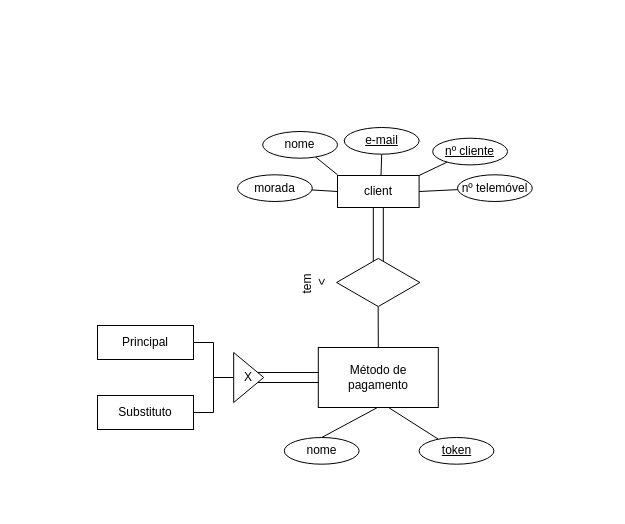
Before: Diagrama sem nome.drawio in SamuelGoncalves8/Bd-project, a draw.io diagram. Source tidied: cells renumbered, new cells numbered last; positions are measured from the earlier drawing's top-left corner, leaving out a move shared by most shapes. Both pictures are drawn from the tidied source at 100%, with x=0, y=0 at pixel (97, 127).
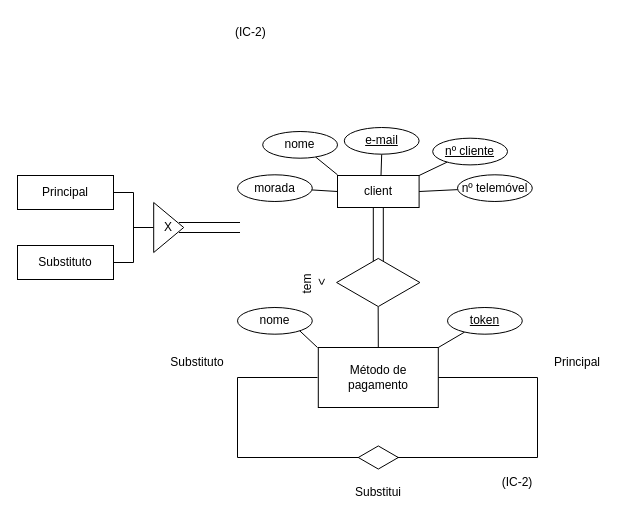
The same page after the edit.

The change refers to these unchanged cells:
```xml
<mxCell id="16" value="Método de pagamento" style="rounded=0;whiteSpace=wrap;html=1;" parent="1" vertex="1">
  <mxGeometry x="220.8" y="220" width="120" height="60" as="geometry" />
</mxCell>
```

The edit, as a diff of the source:
```diff
@@
-    <mxCell id="18" style="endArrow=none;html=1;rounded=0;exitX=0.589;exitY=1.005;exitDx=0;exitDy=0;exitPerimeter=0;" parent="1" edge="1" source="16" target="19">
-      <mxGeometry relative="1" as="geometry" />
+    <mxCell id="18" style="endArrow=none;html=1;rounded=0;exitX=1;exitY=0;exitDx=0;exitDy=0;" parent="1" edge="1" source="16" target="19">
+      <mxGeometry relative="1" as="geometry">
+        <Array as="points">
+          <mxPoint x="340" y="220" />
+        </Array>
+      </mxGeometry>
     </mxCell>
     <mxCell id="19" value="token" style="ellipse;whiteSpace=wrap;html=1;fontStyle=4;" parent="1" vertex="1">
-      <mxGeometry x="321.6" y="310" width="74.8" height="26.7" as="geometry" />
+      <mxGeometry x="350" y="180" width="74.8" height="26.7" as="geometry" />
     </mxCell>
-    <mxCell id="20" style="endArrow=none;html=1;rounded=0;exitX=0.442;exitY=1.005;exitDx=0;exitDy=0;exitPerimeter=0;entryX=0.5;entryY=0;entryDx=0;entryDy=0;" parent="1" edge="1" target="21">
+    <mxCell id="20" style="endArrow=none;html=1;rounded=0;entryX=0.5;entryY=0;entryDx=0;entryDy=0;" parent="1" edge="1" target="21">
       <mxGeometry relative="1" as="geometry">
-        <mxPoint x="295.4" y="280" as="sourcePoint" />
+        <mxPoint x="220" y="220" as="sourcePoint" />
         <Array as="points">
-          <mxPoint x="280" y="280" />
+          <mxPoint x="220" y="220" />
         </Array>
       </mxGeometry>
     </mxCell>
     <mxCell id="21" value="nome" style="ellipse;whiteSpace=wrap;html=1;" parent="1" vertex="1">
-      <mxGeometry x="186.8" y="310" width="74.8" height="26.7" as="geometry" />
+      <mxGeometry x="140" y="180" width="74.8" height="26.7" as="geometry" />
     </mxCell>
     <mxCell id="22" style="shape=partialRectangle;whiteSpace=wrap;html=1;top=0;bottom=0;fillColor=none;rotation=90;" parent="1" vertex="1">
-      <mxGeometry x="185.8" y="220" width="10" height="60" as="geometry" />
+      <mxGeometry x="107" y="70" width="10" height="60" as="geometry" />
     </mxCell>
     <mxCell id="23" value="X" style="triangle;whiteSpace=wrap;html=1;" parent="1" vertex="1">
-      <mxGeometry x="136.2" y="225" width="30" height="50" as="geometry" />
+      <mxGeometry x="56.2" y="75" width="30" height="50" as="geometry" />
     </mxCell>
     <mxCell id="24" style="strokeWidth=1;html=1;shape=mxgraph.flowchart.annotation_2;align=left;labelPosition=right;rotation=-180;" parent="1" vertex="1">
-      <mxGeometry x="96" y="215" width="40" height="70" as="geometry" />
+      <mxGeometry x="16" y="65" width="40" height="70" as="geometry" />
     </mxCell>
     <mxCell id="25" value="Principal" style="rounded=0;whiteSpace=wrap;html=1;" parent="1" vertex="1">
-      <mxGeometry y="198" width="96" height="34" as="geometry" />
+      <mxGeometry x="-80" y="48" width="96" height="34" as="geometry" />
     </mxCell>
     <mxCell id="26" value="Substituto" style="rounded=0;whiteSpace=wrap;html=1;" parent="1" vertex="1">
-      <mxGeometry y="268" width="96" height="34" as="geometry" />
+      <mxGeometry x="-80" y="118" width="96" height="34" as="geometry" />
     </mxCell>
+    <mxCell id="27" style="endArrow=none;html=1;rounded=0;" parent="1" edge="1">
+      <mxGeometry relative="1" as="geometry">
+        <mxPoint x="270" y="330" as="sourcePoint" />
+        <mxPoint x="220" y="250" as="targetPoint" />
+        <Array as="points">
+          <mxPoint x="140" y="330" />
+          <mxPoint x="140" y="250" />
+        </Array>
+      </mxGeometry>
+    </mxCell>
+    <mxCell id="28" style="html=1;whiteSpace=wrap;shape=isoRectangle;" parent="1" vertex="1">
+      <mxGeometry x="260.8" y="318" width="40" height="24" as="geometry" />
+    </mxCell>
+    <mxCell id="29" style="endArrow=none;html=1;rounded=0;entryX=1;entryY=0.5;entryDx=0;entryDy=0;" parent="1" edge="1" target="16">
+      <mxGeometry relative="1" as="geometry">
+        <mxPoint x="300" y="330" as="sourcePoint" />
+        <Array as="points">
+          <mxPoint x="440" y="330" />
+          <mxPoint x="440" y="250" />
+        </Array>
+      </mxGeometry>
+    </mxCell>
+    <mxCell id="30" value="Substituto" style="text;html=1;strokeColor=none;fillColor=none;align=center;verticalAlign=middle;whiteSpace=wrap;rounded=0;" parent="1" vertex="1">
+      <mxGeometry x="70" y="220" width="60" height="30" as="geometry" />
+    </mxCell>
+    <mxCell id="31" value="Substitui" style="text;html=1;strokeColor=none;fillColor=none;align=center;verticalAlign=middle;whiteSpace=wrap;rounded=0;" parent="1" vertex="1">
+      <mxGeometry x="250.8" y="350" width="60" height="30" as="geometry" />
+    </mxCell>
+    <mxCell id="32" value="Principal" style="text;html=1;strokeColor=none;fillColor=none;align=center;verticalAlign=middle;whiteSpace=wrap;rounded=0;" parent="1" vertex="1">
+      <mxGeometry x="450" y="220" width="60" height="30" as="geometry" />
+    </mxCell>
+    <mxCell id="33" value="(IC-2)" style="text;html=1;strokeColor=none;fillColor=none;align=center;verticalAlign=middle;whiteSpace=wrap;rounded=0;" parent="1" vertex="1">
+      <mxGeometry x="390" y="340" width="60" height="30" as="geometry" />
+    </mxCell>
+    <mxCell id="34" value="(IC-2)&amp;nbsp;" style="text;html=1;strokeColor=none;fillColor=none;align=center;verticalAlign=middle;whiteSpace=wrap;rounded=0;" parent="1" vertex="1">
+      <mxGeometry x="-40" y="-110" width="390" height="30" as="geometry" />
+    </mxCell>
```
